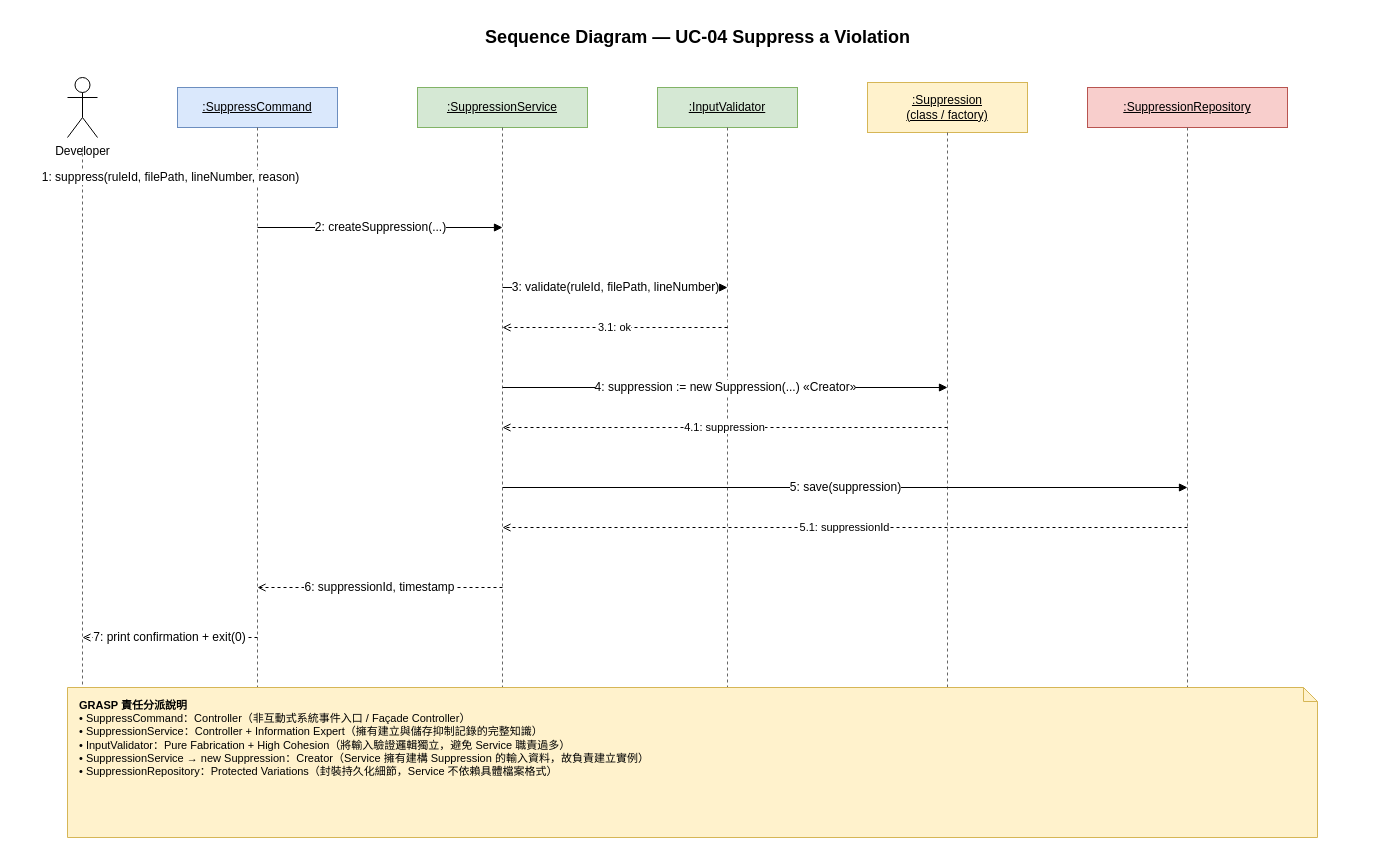
chun-wei0413/arch-checker keeps this draw.io diagram as hw/hw4/drawio/3.2.3-uc04-sd.drawio. Above is the earlier version. Source tidied: cells renumbered, new cells numbered last; positions are measured from the earlier drawing's top-left corner, leaving out a move shared by most shapes. Both pictures are drawn from the tidied source at 100%, with x=0, y=0 at pixel (37, 17).
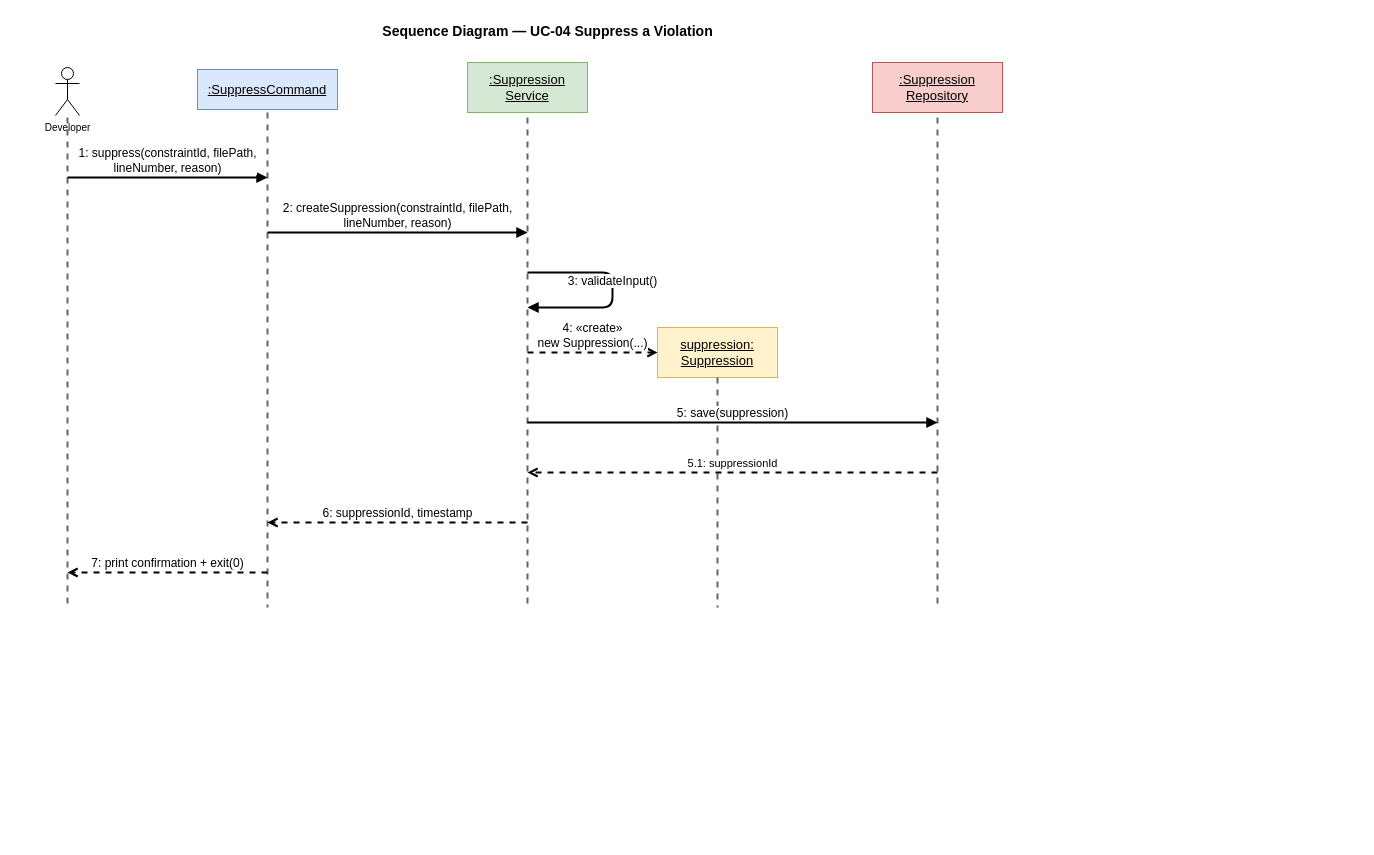
Above is the later version.

Commit message (it also covers changes not shown here):
[Documentation] Apply HW4 Round 7-8 cross-document consistency fixes to SD and class diagrams

Diff of the diagram source:
```diff
@@
-    <mxCell id="2" value="Sequence Diagram — UC-04 Suppress a Violation" style="text;html=1;strokeColor=none;fillColor=none;align=center;verticalAlign=middle;fontSize=18;fontStyle=1;" parent="1" vertex="1">
-      <mxGeometry width="1320" height="40" as="geometry" />
+    <mxCell id="2" value="Sequence Diagram — UC-04 Suppress a Violation" style="text;html=1;strokeColor=none;fillColor=none;align=center;verticalAlign=middle;fontSize=14;fontStyle=1;" parent="1" vertex="1">
+      <mxGeometry x="-20" width="1060" height="28" as="geometry" />
     </mxCell>
-    <mxCell id="3" value="Developer" style="shape=umlActor;verticalLabelPosition=bottom;labelBackgroundColor=#ffffff;verticalAlign=top;html=1;fontSize=12;" parent="1" vertex="1">
-      <mxGeometry x="30" y="60" width="30" height="60" as="geometry" />
+    <mxCell id="3" value="Developer" style="shape=umlActor;verticalLabelPosition=bottom;labelBackgroundColor=#ffffff;verticalAlign=top;html=1;fontSize=10;" parent="1" vertex="1">
+      <mxGeometry x="18" y="50" width="24" height="48" as="geometry" />
     </mxCell>
-    <mxCell id="4" value=":SuppressCommand" style="rounded=0;whiteSpace=wrap;html=1;fillColor=#dae8fc;strokeColor=#6c8ebf;fontSize=12;fontStyle=4;" parent="1" vertex="1">
-      <mxGeometry x="140" y="70" width="160" height="40" as="geometry" />
+    <mxCell id="4" value=":SuppressCommand" style="rounded=0;whiteSpace=wrap;html=1;fillColor=#dae8fc;strokeColor=#6c8ebf;fontSize=13;fontStyle=4;" parent="1" vertex="1">
+      <mxGeometry x="160" y="52" width="140" height="40" as="geometry" />
     </mxCell>
-    <mxCell id="5" value=":SuppressionService" style="rounded=0;whiteSpace=wrap;html=1;fillColor=#d5e8d4;strokeColor=#82b366;fontSize=12;fontStyle=4;" parent="1" vertex="1">
-      <mxGeometry x="380" y="70" width="170" height="40" as="geometry" />
+    <mxCell id="5" value=":Suppression&#10;Service" style="rounded=0;whiteSpace=wrap;html=1;fillColor=#d5e8d4;strokeColor=#82b366;fontSize=13;fontStyle=4;" parent="1" vertex="1">
+      <mxGeometry x="430" y="45" width="120" height="50" as="geometry" />
     </mxCell>
-    <mxCell id="6" value=":InputValidator" style="rounded=0;whiteSpace=wrap;html=1;fillColor=#d5e8d4;strokeColor=#82b366;fontSize=12;fontStyle=4;" parent="1" vertex="1">
-      <mxGeometry x="620" y="70" width="140" height="40" as="geometry" />
-    </mxCell>
-    <mxCell id="7" value=":Suppression&#10;(class / factory)" style="rounded=0;whiteSpace=wrap;html=1;fillColor=#fff2cc;strokeColor=#d6b656;fontSize=12;fontStyle=4;" parent="1" vertex="1">
-      <mxGeometry x="830" y="65" width="160" height="50" as="geometry" />
-    </mxCell>
+    <mxCell id="26" value="suppression:&#10;Suppression" style="rounded=0;whiteSpace=wrap;html=1;fillColor=#fff2cc;strokeColor=#d6b656;fontSize=13;fontStyle=4;" parent="1" vertex="1">
+      <mxGeometry x="620" y="310" width="120" height="50" as="geometry" />
+    </mxCell>
-    <mxCell id="8" value=":SuppressionRepository" style="rounded=0;whiteSpace=wrap;html=1;fillColor=#f8cecc;strokeColor=#b85450;fontSize=12;fontStyle=4;" parent="1" vertex="1">
-      <mxGeometry x="1050" y="70" width="200" height="40" as="geometry" />
+    <mxCell id="8" value=":Suppression&#10;Repository" style="rounded=0;whiteSpace=wrap;html=1;fillColor=#f8cecc;strokeColor=#b85450;fontSize=13;fontStyle=4;" parent="1" vertex="1">
+      <mxGeometry x="835" y="45" width="130" height="50" as="geometry" />
     </mxCell>
-    <mxCell id="9" style="endArrow=none;html=1;dashed=1;strokeColor=#666666;" parent="1" edge="1">
+    <mxCell id="9" style="endArrow=none;html=1;dashed=1;strokeColor=#666666;strokeWidth=2;" parent="1" edge="1">
       <mxGeometry relative="1" as="geometry">
-        <mxPoint x="45" y="130" as="sourcePoint" />
-        <mxPoint x="45" y="810" as="targetPoint" />
+        <mxPoint x="30" y="100" as="sourcePoint" />
+        <mxPoint x="30" y="590" as="targetPoint" />
       </mxGeometry>
     </mxCell>
-    <mxCell id="10" style="endArrow=none;html=1;dashed=1;strokeColor=#666666;" parent="1" edge="1">
+    <mxCell id="10" style="endArrow=none;html=1;dashed=1;strokeColor=#666666;strokeWidth=2;" parent="1" edge="1">
       <mxGeometry relative="1" as="geometry">
-        <mxPoint x="220" y="110" as="sourcePoint" />
-        <mxPoint x="220" y="810" as="targetPoint" />
+        <mxPoint x="230" y="95" as="sourcePoint" />
+        <mxPoint x="230" y="590" as="targetPoint" />
       </mxGeometry>
     </mxCell>
-    <mxCell id="11" style="endArrow=none;html=1;dashed=1;strokeColor=#666666;" parent="1" edge="1">
+    <mxCell id="11" style="endArrow=none;html=1;dashed=1;strokeColor=#666666;strokeWidth=2;" parent="1" edge="1">
       <mxGeometry relative="1" as="geometry">
-        <mxPoint x="465" y="110" as="sourcePoint" />
-        <mxPoint x="465" y="810" as="targetPoint" />
+        <mxPoint x="490" y="100" as="sourcePoint" />
+        <mxPoint x="490" y="590" as="targetPoint" />
       </mxGeometry>
     </mxCell>
-    <mxCell id="12" style="endArrow=none;html=1;dashed=1;strokeColor=#666666;" parent="1" edge="1">
-      <mxGeometry relative="1" as="geometry">
-        <mxPoint x="690" y="110" as="sourcePoint" />
-        <mxPoint x="690" y="810" as="targetPoint" />
-      </mxGeometry>
-    </mxCell>
-    <mxCell id="13" style="endArrow=none;html=1;dashed=1;strokeColor=#666666;" parent="1" edge="1">
-      <mxGeometry relative="1" as="geometry">
-        <mxPoint x="910" y="115" as="sourcePoint" />
-        <mxPoint x="910" y="810" as="targetPoint" />
-      </mxGeometry>
-    </mxCell>
+    <mxCell id="27" style="endArrow=none;html=1;dashed=1;strokeColor=#666666;strokeWidth=2;" parent="1" edge="1">
+      <mxGeometry relative="1" as="geometry">
+        <mxPoint x="680" y="360" as="sourcePoint" />
+        <mxPoint x="680" y="590" as="targetPoint" />
+      </mxGeometry>
+    </mxCell>
-    <mxCell id="14" style="endArrow=none;html=1;dashed=1;strokeColor=#666666;" parent="1" edge="1">
+    <mxCell id="14" style="endArrow=none;html=1;dashed=1;strokeColor=#666666;strokeWidth=2;" parent="1" edge="1">
       <mxGeometry relative="1" as="geometry">
-        <mxPoint x="1150" y="110" as="sourcePoint" />
-        <mxPoint x="1150" y="810" as="targetPoint" />
+        <mxPoint x="900" y="100" as="sourcePoint" />
+        <mxPoint x="900" y="590" as="targetPoint" />
       </mxGeometry>
     </mxCell>
-    <mxCell id="15" value="1: suppress(ruleId, filePath, lineNumber, reason)" style="endArrow=block;html=1;fontSize=12;labelBackgroundColor=#ffffff;endFill=1;" parent="1" edge="1">
+    <mxCell id="15" value="1: suppress(constraintId, filePath,&#10;lineNumber, reason)" style="endArrow=block;html=1;fontSize=12;strokeWidth=2;labelBackgroundColor=#ffffff;endFill=1;verticalLabelPosition=top;verticalAlign=bottom;" parent="1" edge="1">
       <mxGeometry relative="1" as="geometry">
-        <mxPoint x="45" y="160" as="sourcePoint" />
-        <mxPoint x="220" y="160" as="targetPoint" />
+        <mxPoint x="30" y="160" as="sourcePoint" />
+        <mxPoint x="230" y="160" as="targetPoint" />
       </mxGeometry>
     </mxCell>
-    <mxCell id="16" value="2: createSuppression(...)" style="endArrow=block;html=1;fontSize=12;labelBackgroundColor=#ffffff;endFill=1;" parent="1" edge="1">
+    <mxCell id="16" value="2: createSuppression(constraintId, filePath,&#10;lineNumber, reason)" style="endArrow=block;html=1;fontSize=12;strokeWidth=2;labelBackgroundColor=#ffffff;endFill=1;verticalLabelPosition=top;verticalAlign=bottom;" parent="1" edge="1">
       <mxGeometry relative="1" as="geometry">
-        <mxPoint x="220" y="210" as="sourcePoint" />
-        <mxPoint x="465" y="210" as="targetPoint" />
+        <mxPoint x="230" y="215" as="sourcePoint" />
+        <mxPoint x="490" y="215" as="targetPoint" />
       </mxGeometry>
     </mxCell>
-    <mxCell id="17" value="3: validate(ruleId, filePath, lineNumber)" style="endArrow=block;html=1;fontSize=12;labelBackgroundColor=#ffffff;endFill=1;" parent="1" edge="1">
+    <mxCell id="17" value="3: validateInput()" style="endArrow=block;html=1;fontSize=12;strokeWidth=2;labelBackgroundColor=#ffffff;endFill=1;verticalLabelPosition=top;verticalAlign=bottom;" parent="1" edge="1">
       <mxGeometry relative="1" as="geometry">
-        <mxPoint x="465" y="270" as="sourcePoint" />
-        <mxPoint x="690" y="270" as="targetPoint" />
+        <mxPoint x="490" y="255" as="sourcePoint" />
+        <mxPoint x="490" y="290" as="targetPoint" />
+        <Array as="points">
+          <mxPoint x="575" y="255" />
+          <mxPoint x="575" y="290" />
+        </Array>
       </mxGeometry>
     </mxCell>
-    <mxCell id="18" value="3.1: ok" style="endArrow=open;html=1;dashed=1;fontSize=11;labelBackgroundColor=#ffffff;endFill=0;" parent="1" edge="1">
-      <mxGeometry relative="1" as="geometry">
-        <mxPoint x="690" y="310" as="sourcePoint" />
-        <mxPoint x="465" y="310" as="targetPoint" />
-      </mxGeometry>
-    </mxCell>
-    <mxCell id="19" value="4: suppression := new Suppression(...)    «Creator»" style="endArrow=block;html=1;fontSize=12;labelBackgroundColor=#ffffff;endFill=1;" parent="1" edge="1">
+    <mxCell id="19" value="4: &amp;laquo;create&amp;raquo;&#10;new Suppression(...)" style="endArrow=open;html=1;dashed=1;fontSize=12;strokeWidth=2;labelBackgroundColor=#ffffff;endFill=0;verticalLabelPosition=top;verticalAlign=bottom;" parent="1" edge="1">
       <mxGeometry relative="1" as="geometry">
-        <mxPoint x="465" y="370" as="sourcePoint" />
-        <mxPoint x="910" y="370" as="targetPoint" />
+        <mxPoint x="490" y="335" as="sourcePoint" />
+        <mxPoint x="620" y="335" as="targetPoint" />
       </mxGeometry>
     </mxCell>
-    <mxCell id="20" value="4.1: suppression" style="endArrow=open;html=1;dashed=1;fontSize=11;labelBackgroundColor=#ffffff;endFill=0;" parent="1" edge="1">
-      <mxGeometry relative="1" as="geometry">
-        <mxPoint x="910" y="410" as="sourcePoint" />
-        <mxPoint x="465" y="410" as="targetPoint" />
-      </mxGeometry>
-    </mxCell>
-    <mxCell id="21" value="5: save(suppression)" style="endArrow=block;html=1;fontSize=12;labelBackgroundColor=#ffffff;endFill=1;" parent="1" edge="1">
+    <mxCell id="21" value="5: save(suppression)" style="endArrow=block;html=1;fontSize=12;strokeWidth=2;labelBackgroundColor=#ffffff;endFill=1;verticalLabelPosition=top;verticalAlign=bottom;" parent="1" edge="1">
       <mxGeometry relative="1" as="geometry">
-        <mxPoint x="465" y="470" as="sourcePoint" />
-        <mxPoint x="1150" y="470" as="targetPoint" />
+        <mxPoint x="490" y="405" as="sourcePoint" />
+        <mxPoint x="900" y="405" as="targetPoint" />
       </mxGeometry>
     </mxCell>
-    <mxCell id="22" value="5.1: suppressionId" style="endArrow=open;html=1;dashed=1;fontSize=11;labelBackgroundColor=#ffffff;endFill=0;" parent="1" edge="1">
+    <mxCell id="22" value="5.1: suppressionId" style="endArrow=open;html=1;dashed=1;fontSize=11;strokeWidth=2;labelBackgroundColor=#ffffff;endFill=0;verticalLabelPosition=top;verticalAlign=bottom;" parent="1" edge="1">
       <mxGeometry relative="1" as="geometry">
-        <mxPoint x="1150" y="510" as="sourcePoint" />
-        <mxPoint x="465" y="510" as="targetPoint" />
+        <mxPoint x="900" y="455" as="sourcePoint" />
+        <mxPoint x="490" y="455" as="targetPoint" />
       </mxGeometry>
     </mxCell>
-    <mxCell id="23" value="6: suppressionId, timestamp" style="endArrow=open;html=1;dashed=1;fontSize=12;labelBackgroundColor=#ffffff;endFill=0;" parent="1" edge="1">
+    <mxCell id="23" value="6: suppressionId, timestamp" style="endArrow=open;html=1;dashed=1;fontSize=12;strokeWidth=2;labelBackgroundColor=#ffffff;endFill=0;verticalLabelPosition=top;verticalAlign=bottom;" parent="1" edge="1">
       <mxGeometry relative="1" as="geometry">
-        <mxPoint x="465" y="570" as="sourcePoint" />
-        <mxPoint x="220" y="570" as="targetPoint" />
+        <mxPoint x="490" y="505" as="sourcePoint" />
+        <mxPoint x="230" y="505" as="targetPoint" />
       </mxGeometry>
     </mxCell>
-    <mxCell id="24" value="7: print confirmation + exit(0)" style="endArrow=open;html=1;dashed=1;fontSize=12;labelBackgroundColor=#ffffff;endFill=0;" parent="1" edge="1">
+    <mxCell id="24" value="7: print confirmation + exit(0)" style="endArrow=open;html=1;dashed=1;fontSize=12;strokeWidth=2;labelBackgroundColor=#ffffff;endFill=0;verticalLabelPosition=top;verticalAlign=bottom;" parent="1" edge="1">
       <mxGeometry relative="1" as="geometry">
-        <mxPoint x="220" y="620" as="sourcePoint" />
-        <mxPoint x="45" y="620" as="targetPoint" />
+        <mxPoint x="230" y="555" as="sourcePoint" />
+        <mxPoint x="30" y="555" as="targetPoint" />
       </mxGeometry>
     </mxCell>
-    <mxCell id="25" value="&lt;b&gt;GRASP 責任分派說明&lt;/b&gt;&#10;• SuppressCommand：Controller（非互動式系統事件入口 / Façade Controller）&#10;• SuppressionService：Controller + Information Expert（擁有建立與儲存抑制記錄的完整知識）&#10;• InputValidator：Pure Fabrication + High Cohesion（將輸入驗證邏輯獨立，避免 Service 職責過多）&#10;• SuppressionService → new Suppression：Creator（Service 擁有建構 Suppression 的輸入資料，故負責建立實例）&#10;• SuppressionRepository：Protected Variations（封裝持久化細節，Service 不依賴具體檔案格式）" style="shape=note;whiteSpace=wrap;html=1;fillColor=#fff2cc;strokeColor=#d6b656;fontSize=11;align=left;verticalAlign=top;size=14;spacingLeft=10;spacingTop=5;" parent="1" vertex="1">
-      <mxGeometry x="30" y="670" width="1250" height="150" as="geometry" />
-    </mxCell>
```
